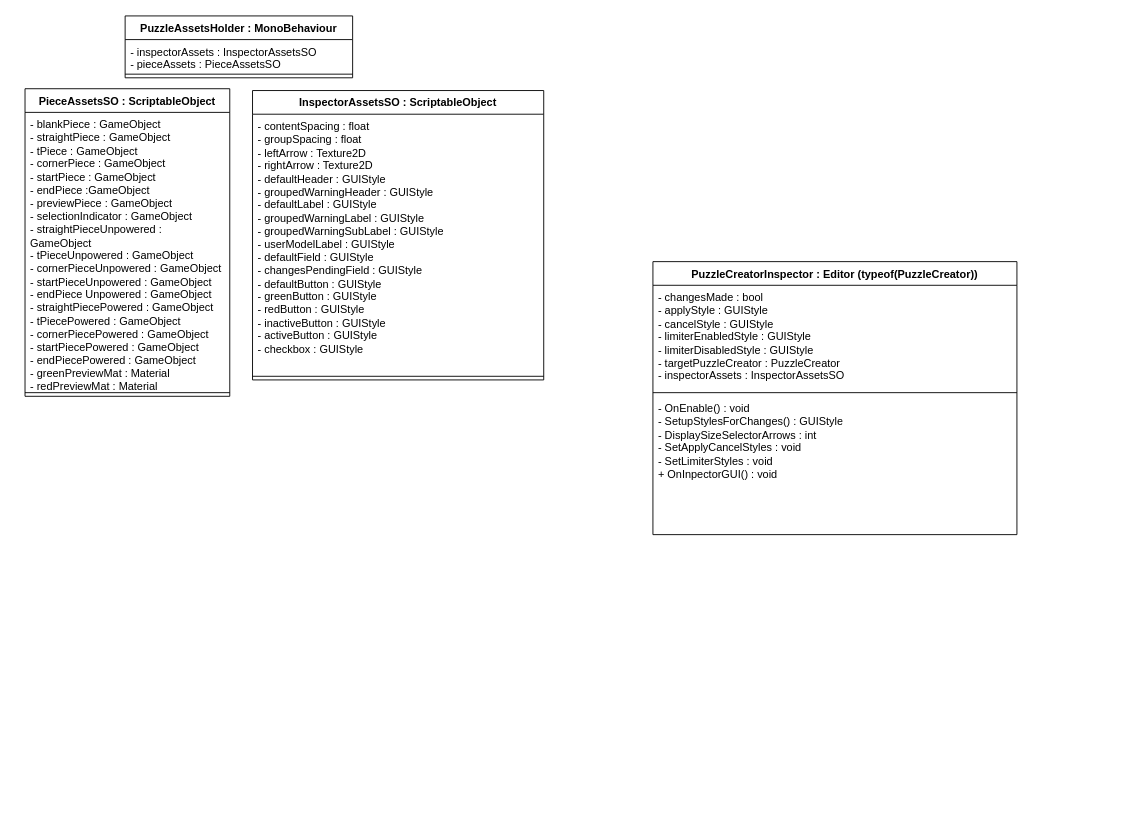
RafaelBarbosa1997/Circuit-Puzzle keeps this draw.io diagram as CircuitPuzzleDiagram.drawio. Above is the earlier version. Source tidied: cells renumbered, new cells numbered last; positions are measured from the earlier drawing's top-left corner, leaving out a move shared by most shapes. Both pictures are drawn from the tidied source at 91%, with x=0, y=0 at pixel (25, 15).
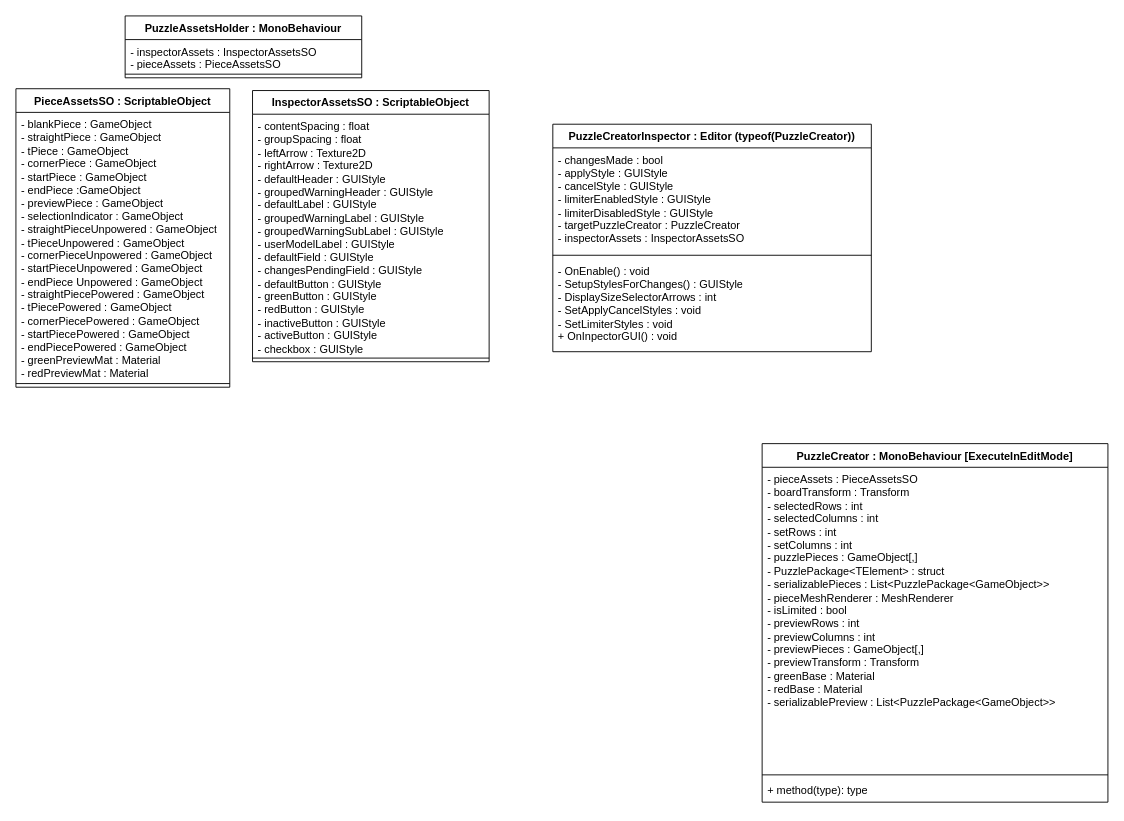
Above is the later version.

Change to the diagram source:
```diff
@@
 <mxGraphModel>
   <root>
     <mxCell id="0" />
     <mxCell id="1" parent="0" />
     <mxCell id="2" value="PuzzleAssetsHolder : MonoBehaviour" style="swimlane;fontStyle=1;align=center;verticalAlign=top;horizontal=1;startSize=26;whiteSpace=wrap;html=1;" parent="1" vertex="1">
-      <mxGeometry x="110" width="250" height="68" as="geometry" />
+      <mxGeometry x="110" width="260" height="68" as="geometry" />
     </mxCell>
     <mxCell id="3" value="- inspectorAssets : InspectorAssetsSO&lt;div&gt;- pieceAssets : PieceAssetsSO&lt;/div&gt;" style="text;strokeColor=none;fillColor=none;align=left;verticalAlign=top;spacingLeft=4;spacingRight=4;overflow=hidden;whiteSpace=wrap;html=1;" parent="2" vertex="1">
-      <mxGeometry y="26" width="250" height="34" as="geometry" />
+      <mxGeometry y="26" width="260" height="34" as="geometry" />
     </mxCell>
     <mxCell id="4" style="line;strokeWidth=1;fillColor=none;align=left;verticalAlign=middle;spacingTop=-1;spacingLeft=3;spacingRight=3;labelPosition=right;strokeColor=inherit;" parent="2" vertex="1">
-      <mxGeometry y="60" width="250" height="8" as="geometry" />
+      <mxGeometry y="60" width="260" height="8" as="geometry" />
     </mxCell>
     <mxCell id="5" value="PieceAssetsSO : ScriptableObject" style="swimlane;fontStyle=1;align=center;verticalAlign=top;horizontal=1;startSize=26;whiteSpace=wrap;html=1;" parent="1" vertex="1">
-      <mxGeometry y="80" width="225" height="338" as="geometry" />
+      <mxGeometry x="-10" y="80" width="235" height="328" as="geometry" />
     </mxCell>
     <mxCell id="6" value="- blankPiece : GameObject&lt;div&gt;- straightPiece : GameObject&lt;/div&gt;&lt;div&gt;- tPiece : GameObject&lt;/div&gt;&lt;div&gt;- cornerPiece : GameObject&lt;/div&gt;&lt;div&gt;- startPiece : GameObject&lt;/div&gt;&lt;div&gt;- endPiece :GameObject&lt;/div&gt;&lt;div&gt;- previewPiece : GameObject&lt;/div&gt;&lt;div&gt;- selectionIndicator : GameObject&lt;/div&gt;&lt;div&gt;- straightPieceUnpowered : GameObject&lt;/div&gt;&lt;div&gt;- tPieceUnpowered : GameObject&lt;/div&gt;&lt;div&gt;- cornerPieceUnpowered : GameObject&lt;/div&gt;&lt;div&gt;- startPieceUnpowered : GameObject&lt;/div&gt;&lt;div&gt;- endPiece Unpowered : GameObject&lt;/div&gt;&lt;div&gt;- straightPiecePowered : GameObject&lt;/div&gt;&lt;div&gt;- tPiecePowered : GameObject&lt;/div&gt;&lt;div&gt;- cornerPiecePowered : GameObject&lt;/div&gt;&lt;div&gt;- startPiecePowered : GameObject&lt;/div&gt;&lt;div&gt;- endPiecePowered : GameObject&lt;/div&gt;&lt;div&gt;- greenPreviewMat : Material&lt;/div&gt;&lt;div&gt;- redPreviewMat : Material&lt;/div&gt;" style="text;strokeColor=none;fillColor=none;align=left;verticalAlign=top;spacingLeft=4;spacingRight=4;overflow=hidden;whiteSpace=wrap;html=1;" parent="5" vertex="1">
-      <mxGeometry y="26" width="225" height="304" as="geometry" />
+      <mxGeometry y="26" width="235" height="294" as="geometry" />
     </mxCell>
     <mxCell id="7" style="line;strokeWidth=1;fillColor=none;align=left;verticalAlign=middle;spacingTop=-1;spacingLeft=3;spacingRight=3;labelPosition=right;strokeColor=inherit;" parent="5" vertex="1">
-      <mxGeometry y="330" width="225" height="8" as="geometry" />
+      <mxGeometry y="320" width="235" height="8" as="geometry" />
     </mxCell>
     <mxCell id="8" value="InspectorAssetsSO : ScriptableObject" style="swimlane;fontStyle=1;align=center;verticalAlign=top;horizontal=1;startSize=26;whiteSpace=wrap;html=1;" parent="1" vertex="1">
-      <mxGeometry x="250" y="82" width="320" height="318" as="geometry" />
+      <mxGeometry x="250" y="82" width="260" height="298" as="geometry" />
     </mxCell>
     <mxCell id="9" value="&lt;div&gt;- contentSpacing : float&lt;/div&gt;&lt;div&gt;- groupSpacing : float&lt;/div&gt;- leftArrow : Texture2D&lt;div&gt;- rightArrow : Texture2D&lt;/div&gt;&lt;div&gt;- defaultHeader : GUIStyle&lt;/div&gt;&lt;div&gt;- groupedWarningHeader : GUIStyle&lt;/div&gt;&lt;div&gt;- defaultLabel : GUIStyle&lt;/div&gt;&lt;div&gt;- groupedWarningLabel : GUIStyle&lt;/div&gt;&lt;div&gt;- groupedWarningSubLabel : GUIStyle&lt;/div&gt;&lt;div&gt;- userModelLabel : GUIStyle&lt;/div&gt;&lt;div&gt;- defaultField : GUIStyle&lt;/div&gt;&lt;div&gt;- changesPendingField : GUIStyle&lt;/div&gt;&lt;div&gt;- defaultButton : GUIStyle&lt;/div&gt;&lt;div&gt;- greenButton : GUIStyle&lt;/div&gt;&lt;div&gt;- redButton : GUIStyle&lt;/div&gt;&lt;div&gt;- inactiveButton : GUIStyle&lt;/div&gt;&lt;div&gt;- activeButton : GUIStyle&lt;/div&gt;&lt;div&gt;- checkbox : GUIStyle&lt;/div&gt;" style="text;strokeColor=none;fillColor=none;align=left;verticalAlign=top;spacingLeft=4;spacingRight=4;overflow=hidden;whiteSpace=wrap;html=1;" parent="8" vertex="1">
-      <mxGeometry y="26" width="320" height="284" as="geometry" />
+      <mxGeometry y="26" width="260" height="264" as="geometry" />
     </mxCell>
     <mxCell id="10" style="line;strokeWidth=1;fillColor=none;align=left;verticalAlign=middle;spacingTop=-1;spacingLeft=3;spacingRight=3;labelPosition=right;strokeColor=inherit;" parent="8" vertex="1">
-      <mxGeometry y="310" width="320" height="8" as="geometry" />
+      <mxGeometry y="290" width="260" height="8" as="geometry" />
     </mxCell>
     <mxCell id="11" value="PuzzleCreatorInspector : Editor (typeof(PuzzleCreator))" style="swimlane;fontStyle=1;align=center;verticalAlign=top;horizontal=1;startSize=26;whiteSpace=wrap;html=1;" parent="1" vertex="1">
-      <mxGeometry x="690" y="270" width="400" height="300" as="geometry" />
+      <mxGeometry x="580" y="119" width="350" height="250" as="geometry" />
     </mxCell>
     <mxCell id="12" value="&lt;div&gt;- changesMade : bool&lt;/div&gt;&lt;div&gt;- applyStyle : GUIStyle&lt;/div&gt;&lt;div&gt;- cancelStyle : GUIStyle&lt;/div&gt;&lt;div&gt;- limiterEnabledStyle : GUIStyle&lt;/div&gt;&lt;div&gt;- limiterDisabledStyle : GUIStyle&lt;/div&gt;- targetPuzzleCreator : PuzzleCreator&lt;div&gt;- inspectorAssets : InspectorAssetsSO&lt;/div&gt;&lt;div&gt;&lt;br&gt;&lt;/div&gt;" style="text;strokeColor=none;fillColor=none;align=left;verticalAlign=top;spacingLeft=4;spacingRight=4;overflow=hidden;whiteSpace=wrap;html=1;" parent="11" vertex="1">
-      <mxGeometry y="26" width="400" height="114" as="geometry" />
+      <mxGeometry y="26" width="350" height="114" as="geometry" />
     </mxCell>
     <mxCell id="13" style="line;strokeWidth=1;fillColor=none;align=left;verticalAlign=middle;spacingTop=-1;spacingLeft=3;spacingRight=3;labelPosition=right;strokeColor=inherit;" parent="11" vertex="1">
-      <mxGeometry y="140" width="400" height="8" as="geometry" />
+      <mxGeometry y="140" width="350" height="8" as="geometry" />
     </mxCell>
     <mxCell id="14" value="&lt;div&gt;- OnEnable() : void&lt;/div&gt;&lt;div&gt;- SetupStylesForChanges() : GUIStyle&lt;/div&gt;&lt;div&gt;- DisplaySizeSelectorArrows : int&lt;/div&gt;&lt;div&gt;- SetApplyCancelStyles : void&lt;/div&gt;&lt;div&gt;- SetLimiterStyles : void&lt;/div&gt;+ OnInpectorGUI() : void" style="text;strokeColor=none;fillColor=none;align=left;verticalAlign=top;spacingLeft=4;spacingRight=4;overflow=hidden;whiteSpace=wrap;html=1;" parent="11" vertex="1">
-      <mxGeometry y="148" width="400" height="152" as="geometry" />
+      <mxGeometry y="148" width="350" height="102" as="geometry" />
     </mxCell>
+    <mxCell id="15" value="PuzzleCreator : MonoBehaviour [ExecuteInEditMode]" style="swimlane;fontStyle=1;align=center;verticalAlign=top;horizontal=1;startSize=26;whiteSpace=wrap;html=1;" parent="1" vertex="1">
+      <mxGeometry x="810" y="470" width="380" height="394" as="geometry" />
+    </mxCell>
+    <mxCell id="16" value="- pieceAssets : PieceAssetsSO&lt;div&gt;- boardTransform : Transform&lt;/div&gt;&lt;div&gt;- selectedRows : int&lt;/div&gt;&lt;div&gt;- selectedColumns : int&lt;/div&gt;&lt;div&gt;- setRows : int&lt;/div&gt;&lt;div&gt;- setColumns : int&lt;/div&gt;&lt;div&gt;&lt;span style=&quot;background-color: initial;&quot;&gt;- puzzlePieces : GameObject[,]&lt;/span&gt;&lt;br&gt;&lt;/div&gt;&lt;div&gt;&lt;div&gt;- PuzzlePackage&amp;lt;TElement&amp;gt; : struct&lt;/div&gt;&lt;/div&gt;&lt;div&gt;- serializablePieces : List&amp;lt;PuzzlePackage&amp;lt;GameObject&amp;gt;&amp;gt;&lt;/div&gt;&lt;div&gt;&lt;span style=&quot;background-color: initial;&quot;&gt;- pieceMeshRenderer : MeshRenderer&lt;/span&gt;&lt;br&gt;&lt;/div&gt;&lt;div&gt;- isLimited : bool&lt;/div&gt;&lt;div&gt;&lt;span style=&quot;background-color: initial;&quot;&gt;- previewRows : int&lt;/span&gt;&lt;br&gt;&lt;/div&gt;&lt;div&gt;- previewColumns : int&lt;/div&gt;&lt;div&gt;- previewPieces : GameObject[,]&lt;/div&gt;&lt;div&gt;- previewTransform : Transform&lt;/div&gt;&lt;div&gt;- greenBase : Material&lt;/div&gt;&lt;div&gt;- redBase : Material&lt;/div&gt;&lt;div&gt;- serializablePreview : List&amp;lt;PuzzlePackage&amp;lt;GameObject&amp;gt;&amp;gt;&lt;/div&gt;" style="text;strokeColor=none;fillColor=none;align=left;verticalAlign=top;spacingLeft=4;spacingRight=4;overflow=hidden;whiteSpace=wrap;html=1;" parent="15" vertex="1">
+      <mxGeometry y="26" width="380" height="334" as="geometry" />
+    </mxCell>
+    <mxCell id="17" style="line;strokeWidth=1;fillColor=none;align=left;verticalAlign=middle;spacingTop=-1;spacingLeft=3;spacingRight=3;labelPosition=right;strokeColor=inherit;" parent="15" vertex="1">
+      <mxGeometry y="360" width="380" height="8" as="geometry" />
+    </mxCell>
+    <mxCell id="18" value="+ method(type): type" style="text;strokeColor=none;fillColor=none;align=left;verticalAlign=top;spacingLeft=4;spacingRight=4;overflow=hidden;whiteSpace=wrap;html=1;" parent="15" vertex="1">
+      <mxGeometry y="368" width="380" height="26" as="geometry" />
+    </mxCell>
   </root>
 </mxGraphModel>
```
